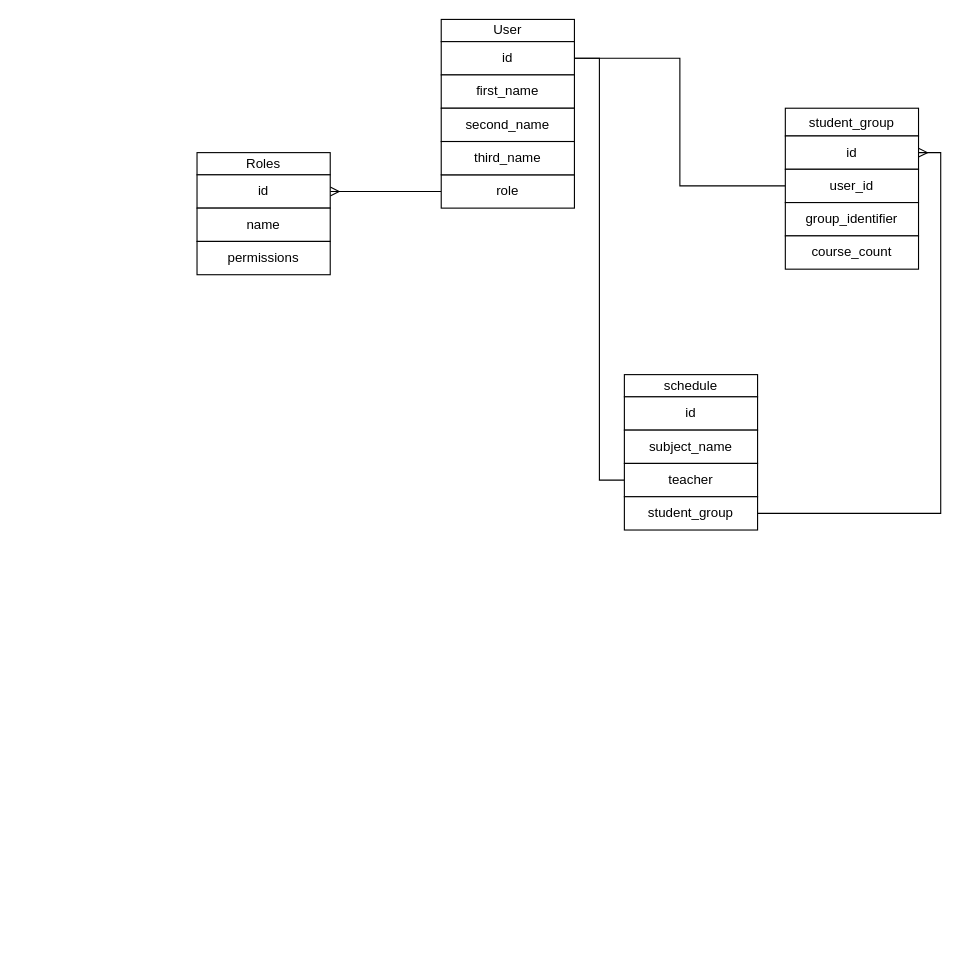
Niatomi/schedule-samgtu keeps this draw.io diagram as backend/schedule-db.drawio. Above is the earlier version. Source tidied: cells renumbered, new cells numbered last; positions are measured from the earlier drawing's top-left corner, leaving out a move shared by most shapes. Both pictures are drawn from the tidied source at 111%, with x=0, y=0 at pixel (196, 19).
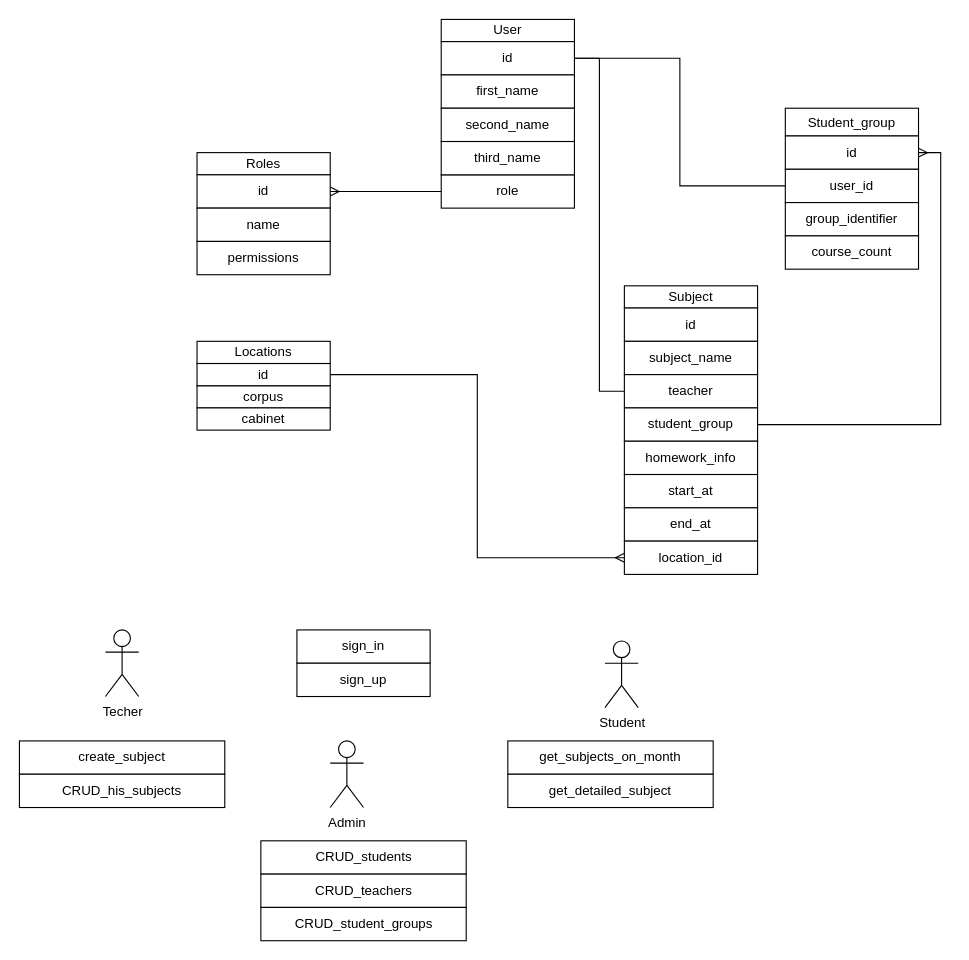
Above is the later version.

The edit, as a diff of the source:
```diff
@@
-    <mxCell id="14" value="student_group" style="rounded=0;whiteSpace=wrap;html=1;" parent="1" vertex="1">
+    <mxCell id="14" value="Student_group" style="rounded=0;whiteSpace=wrap;html=1;" parent="1" vertex="1">
       <mxGeometry x="530" y="80" width="120" height="25" as="geometry" />
     </mxCell>
@@
-    <mxCell id="19" value="schedule" style="rounded=0;whiteSpace=wrap;html=1;" parent="1" vertex="1">
-      <mxGeometry x="385" y="320" width="120" height="20" as="geometry" />
+    <mxCell id="19" value="Subject" style="rounded=0;whiteSpace=wrap;html=1;" parent="1" vertex="1">
+      <mxGeometry x="385" y="240" width="120" height="20" as="geometry" />
     </mxCell>
     <mxCell id="20" value="id" style="rounded=0;whiteSpace=wrap;html=1;" parent="1" vertex="1">
-      <mxGeometry x="385" y="340" width="120" height="30" as="geometry" />
+      <mxGeometry x="385" y="260" width="120" height="30" as="geometry" />
     </mxCell>
     <mxCell id="21" value="subject_name" style="rounded=0;whiteSpace=wrap;html=1;" parent="1" vertex="1">
-      <mxGeometry x="385" y="370" width="120" height="30" as="geometry" />
+      <mxGeometry x="385" y="290" width="120" height="30" as="geometry" />
     </mxCell>
@@
     <mxCell id="23" value="teacher" style="rounded=0;whiteSpace=wrap;html=1;" parent="1" vertex="1">
-      <mxGeometry x="385" y="400" width="120" height="30" as="geometry" />
+      <mxGeometry x="385" y="320" width="120" height="30" as="geometry" />
     </mxCell>
@@
     <mxCell id="25" value="student_group" style="rounded=0;whiteSpace=wrap;html=1;" parent="1" vertex="1">
-      <mxGeometry x="385" y="430" width="120" height="30" as="geometry" />
+      <mxGeometry x="385" y="350" width="120" height="30" as="geometry" />
     </mxCell>
+    <mxCell id="26" value="Admin" style="shape=umlActor;verticalLabelPosition=bottom;verticalAlign=top;html=1;" parent="1" vertex="1">
+      <mxGeometry x="120" y="650" width="30" height="60" as="geometry" />
+    </mxCell>
+    <mxCell id="27" value="Techer" style="shape=umlActor;verticalLabelPosition=bottom;verticalAlign=top;html=1;" parent="1" vertex="1">
+      <mxGeometry x="-82.5" y="550" width="30" height="60" as="geometry" />
+    </mxCell>
+    <mxCell id="28" value="sign_in" style="rounded=0;whiteSpace=wrap;html=1;" parent="1" vertex="1">
+      <mxGeometry x="90" y="550" width="120" height="30" as="geometry" />
+    </mxCell>
+    <mxCell id="29" value="sign_up" style="rounded=0;whiteSpace=wrap;html=1;" parent="1" vertex="1">
+      <mxGeometry x="90" y="580" width="120" height="30" as="geometry" />
+    </mxCell>
+    <mxCell id="30" value="get_subjects_on_month" style="rounded=0;whiteSpace=wrap;html=1;" parent="1" vertex="1">
+      <mxGeometry x="280" y="650" width="185" height="30" as="geometry" />
+    </mxCell>
+    <mxCell id="31" value="get_detailed_subject" style="rounded=0;whiteSpace=wrap;html=1;" parent="1" vertex="1">
+      <mxGeometry x="280" y="680" width="185" height="30" as="geometry" />
+    </mxCell>
+    <mxCell id="32" value="homework_info" style="rounded=0;whiteSpace=wrap;html=1;" parent="1" vertex="1">
+      <mxGeometry x="385" y="380" width="120" height="30" as="geometry" />
+    </mxCell>
+    <mxCell id="33" value="start_at" style="rounded=0;whiteSpace=wrap;html=1;" parent="1" vertex="1">
+      <mxGeometry x="385" y="410" width="120" height="30" as="geometry" />
+    </mxCell>
+    <mxCell id="34" value="end_at" style="rounded=0;whiteSpace=wrap;html=1;" parent="1" vertex="1">
+      <mxGeometry x="385" y="440" width="120" height="30" as="geometry" />
+    </mxCell>
+    <mxCell id="35" value="create_subject" style="rounded=0;whiteSpace=wrap;html=1;" parent="1" vertex="1">
+      <mxGeometry x="-160" y="650" width="185" height="30" as="geometry" />
+    </mxCell>
+    <mxCell id="36" value="CRUD_his_subjects" style="rounded=0;whiteSpace=wrap;html=1;" parent="1" vertex="1">
+      <mxGeometry x="-160" y="680" width="185" height="30" as="geometry" />
+    </mxCell>
+    <mxCell id="37" value="location_id" style="rounded=0;whiteSpace=wrap;html=1;" parent="1" vertex="1">
+      <mxGeometry x="385" y="470" width="120" height="30" as="geometry" />
+    </mxCell>
+    <mxCell id="38" value="Locations" style="rounded=0;whiteSpace=wrap;html=1;" parent="1" vertex="1">
+      <mxGeometry y="290" width="120" height="20" as="geometry" />
+    </mxCell>
+    <mxCell id="39" value="corpus" style="rounded=0;whiteSpace=wrap;html=1;" parent="1" vertex="1">
+      <mxGeometry y="330" width="120" height="20" as="geometry" />
+    </mxCell>
+    <mxCell id="40" value="cabinet" style="rounded=0;whiteSpace=wrap;html=1;" parent="1" vertex="1">
+      <mxGeometry y="350" width="120" height="20" as="geometry" />
+    </mxCell>
+    <mxCell id="41" style="edgeStyle=orthogonalEdgeStyle;rounded=0;jettySize=auto;html=1;exitX=1;exitY=0.5;exitDx=0;exitDy=0;entryX=0;entryY=0.5;entryDx=0;entryDy=0;endArrow=ERmany;endFill=0;" parent="1" edge="1" source="42" target="37">
+      <mxGeometry relative="1" as="geometry" />
+    </mxCell>
+    <mxCell id="42" value="id" style="rounded=0;whiteSpace=wrap;html=1;" parent="1" vertex="1">
+      <mxGeometry y="310" width="120" height="20" as="geometry" />
+    </mxCell>
+    <mxCell id="43" value="Student" style="shape=umlActor;verticalLabelPosition=bottom;verticalAlign=top;html=1;" parent="1" vertex="1">
+      <mxGeometry x="367.5" y="560" width="30" height="60" as="geometry" />
+    </mxCell>
+    <mxCell id="44" value="CRUD_students" style="rounded=0;whiteSpace=wrap;html=1;" parent="1" vertex="1">
+      <mxGeometry x="57.5" y="740" width="185" height="30" as="geometry" />
+    </mxCell>
+    <mxCell id="45" value="CRUD_teachers" style="rounded=0;whiteSpace=wrap;html=1;" parent="1" vertex="1">
+      <mxGeometry x="57.5" y="770" width="185" height="30" as="geometry" />
+    </mxCell>
+    <mxCell id="46" value="CRUD_student_groups" style="rounded=0;whiteSpace=wrap;html=1;" parent="1" vertex="1">
+      <mxGeometry x="57.5" y="800" width="185" height="30" as="geometry" />
+    </mxCell>
```
